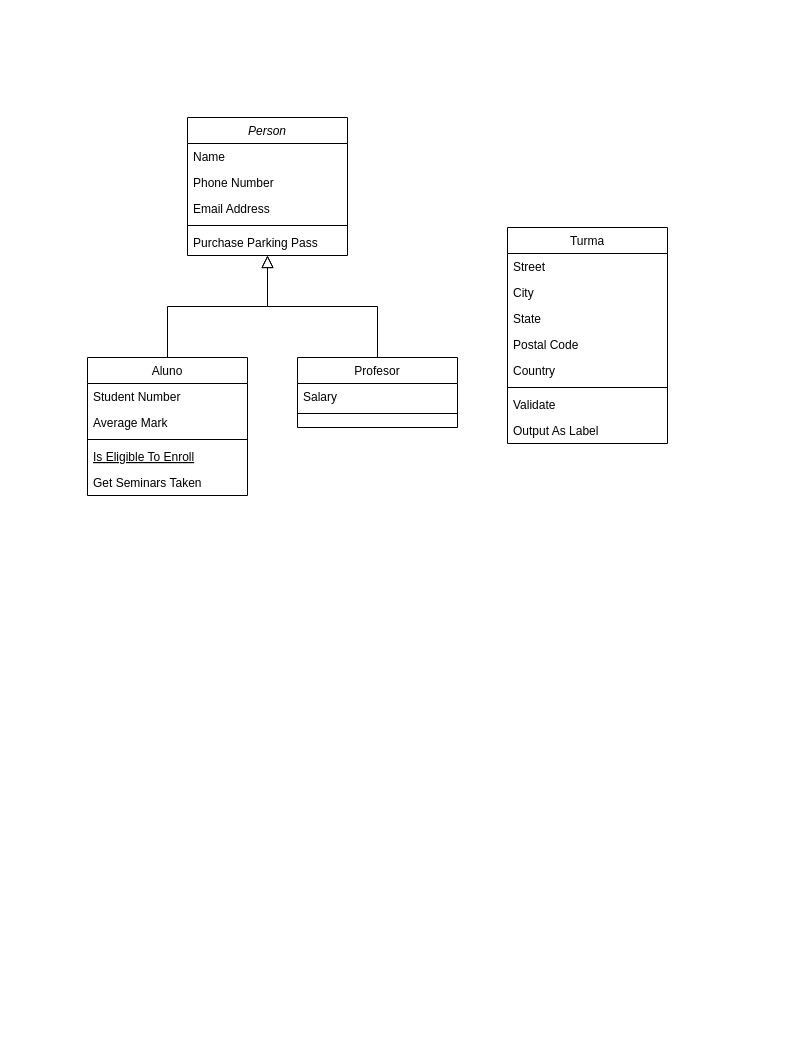
Above: Diagrama-Classes/Escola-Ingles.drawio in Wal221/ProjetoWeb2 (draw.io), before the change. Source tidied: cells renumbered, new cells numbered last; positions are measured from the earlier drawing's top-left corner, leaving out a move shared by most shapes. Both pictures are drawn from the tidied source at 100%, with x=0, y=0 at pixel (87, 117).
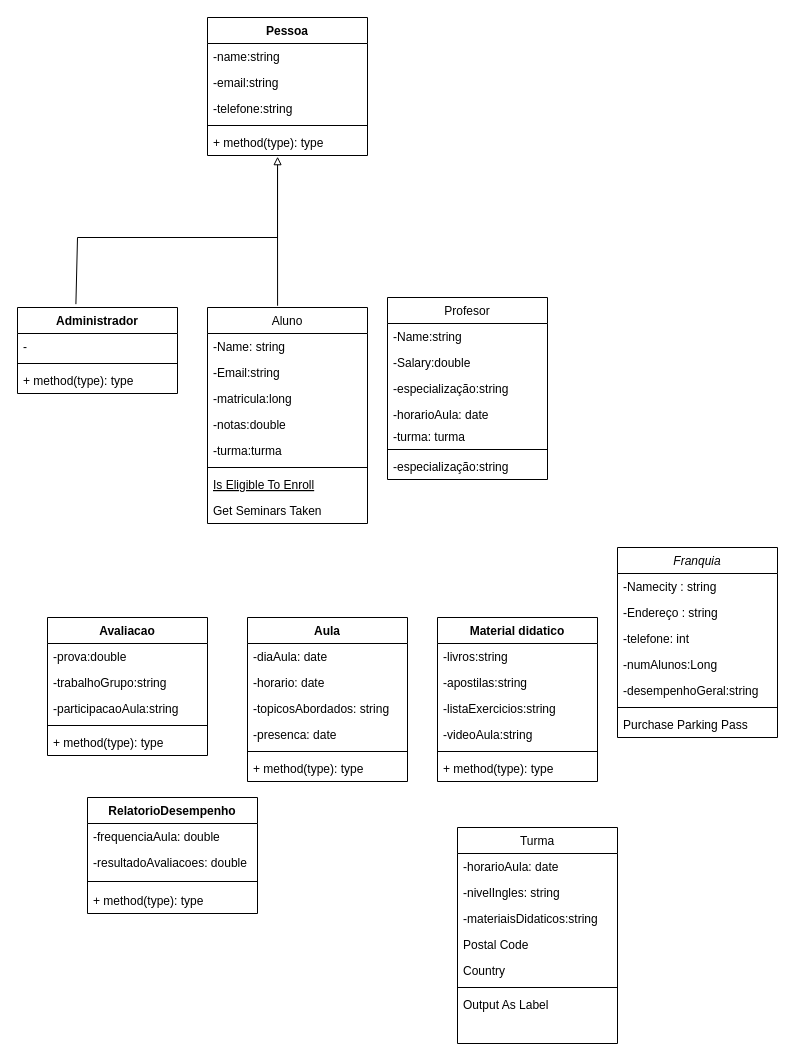
Above is the later version.

What changed in the source:
```diff
@@
-    <mxCell id="2" value="Person" style="swimlane;fontStyle=2;align=center;verticalAlign=top;horizontal=1;startSize=26;rounded=0;shadow=0;strokeWidth=1;" parent="1" vertex="1">
-      <mxGeometry x="100" width="160" height="138" as="geometry" />
+    <mxCell id="2" value="Franquia" style="swimlane;fontStyle=2;align=center;verticalAlign=top;horizontal=1;startSize=26;rounded=0;shadow=0;strokeWidth=1;" parent="1" vertex="1">
+      <mxGeometry x="530" y="430" width="160" height="190" as="geometry" />
     </mxCell>
-    <mxCell id="3" value="Name" style="text;align=left;verticalAlign=top;spacingLeft=4;spacingRight=4;overflow=hidden;" parent="2" vertex="1">
+    <mxCell id="3" value="-Namecity : string" style="text;align=left;verticalAlign=top;spacingLeft=4;spacingRight=4;overflow=hidden;" parent="2" vertex="1">
       <mxGeometry y="26" width="160" height="26" as="geometry" />
     </mxCell>
+    <mxCell id="28" value="-Endereço : string" style="text;align=left;verticalAlign=top;spacingLeft=4;spacingRight=4;overflow=hidden;" parent="2" vertex="1">
+      <mxGeometry y="52" width="160" height="26" as="geometry" />
+    </mxCell>
-    <mxCell id="4" value="Phone Number" style="text;align=left;verticalAlign=top;spacingLeft=4;spacingRight=4;overflow=hidden;rounded=0;shadow=0;html=0;" parent="2" vertex="1">
-      <mxGeometry y="52" width="160" height="26" as="geometry" />
+    <mxCell id="4" value="-telefone: int" style="text;align=left;verticalAlign=top;spacingLeft=4;spacingRight=4;overflow=hidden;rounded=0;shadow=0;html=0;" parent="2" vertex="1">
+      <mxGeometry y="78" width="160" height="26" as="geometry" />
     </mxCell>
-    <mxCell id="5" value="Email Address" style="text;align=left;verticalAlign=top;spacingLeft=4;spacingRight=4;overflow=hidden;rounded=0;shadow=0;html=0;" parent="2" vertex="1">
-      <mxGeometry y="78" width="160" height="26" as="geometry" />
+    <mxCell id="5" value="-numAlunos:Long" style="text;align=left;verticalAlign=top;spacingLeft=4;spacingRight=4;overflow=hidden;rounded=0;shadow=0;html=0;" parent="2" vertex="1">
+      <mxGeometry y="104" width="160" height="26" as="geometry" />
     </mxCell>
+    <mxCell id="29" value="-desempenhoGeral:string" style="text;align=left;verticalAlign=top;spacingLeft=4;spacingRight=4;overflow=hidden;rounded=0;shadow=0;html=0;" parent="2" vertex="1">
+      <mxGeometry y="130" width="160" height="26" as="geometry" />
+    </mxCell>
     <mxCell id="6" style="line;html=1;strokeWidth=1;align=left;verticalAlign=middle;spacingTop=-1;spacingLeft=3;spacingRight=3;labelPosition=right;" parent="2" vertex="1">
-      <mxGeometry y="104" width="160" height="8" as="geometry" />
+      <mxGeometry y="156" width="160" height="8" as="geometry" />
     </mxCell>
     <mxCell id="7" value="Purchase Parking Pass" style="text;align=left;verticalAlign=top;spacingLeft=4;spacingRight=4;overflow=hidden;" parent="2" vertex="1">
-      <mxGeometry y="112" width="160" height="26" as="geometry" />
+      <mxGeometry y="164" width="160" height="26" as="geometry" />
     </mxCell>
     <mxCell id="8" value="Aluno" style="swimlane;fontStyle=0;align=center;verticalAlign=top;horizontal=1;startSize=26;rounded=0;shadow=0;strokeWidth=1;" parent="1" vertex="1">
-      <mxGeometry y="240" width="160" height="138" as="geometry" />
+      <mxGeometry x="120" y="190" width="160" height="216" as="geometry" />
     </mxCell>
-    <mxCell id="9" value="Student Number" style="text;align=left;verticalAlign=top;spacingLeft=4;spacingRight=4;overflow=hidden;" parent="8" vertex="1">
+    <mxCell id="9" value="-Name: string" style="text;align=left;verticalAlign=top;spacingLeft=4;spacingRight=4;overflow=hidden;" parent="8" vertex="1">
       <mxGeometry y="26" width="160" height="26" as="geometry" />
     </mxCell>
-    <mxCell id="10" value="Average Mark" style="text;align=left;verticalAlign=top;spacingLeft=4;spacingRight=4;overflow=hidden;rounded=0;shadow=0;html=0;" parent="8" vertex="1">
+    <mxCell id="10" value="-Email:string" style="text;align=left;verticalAlign=top;spacingLeft=4;spacingRight=4;overflow=hidden;rounded=0;shadow=0;html=0;" parent="8" vertex="1">
       <mxGeometry y="52" width="160" height="26" as="geometry" />
     </mxCell>
+    <mxCell id="30" value="-matricula:long" style="text;align=left;verticalAlign=top;spacingLeft=4;spacingRight=4;overflow=hidden;rounded=0;shadow=0;html=0;" parent="8" vertex="1">
+      <mxGeometry y="78" width="160" height="26" as="geometry" />
+    </mxCell>
+    <mxCell id="31" value="-notas:double" style="text;align=left;verticalAlign=top;spacingLeft=4;spacingRight=4;overflow=hidden;rounded=0;shadow=0;html=0;" parent="8" vertex="1">
+      <mxGeometry y="104" width="160" height="26" as="geometry" />
+    </mxCell>
+    <mxCell id="32" value="-turma:turma" style="text;align=left;verticalAlign=top;spacingLeft=4;spacingRight=4;overflow=hidden;rounded=0;shadow=0;html=0;" parent="8" vertex="1">
+      <mxGeometry y="130" width="160" height="26" as="geometry" />
+    </mxCell>
     <mxCell id="11" style="line;html=1;strokeWidth=1;align=left;verticalAlign=middle;spacingTop=-1;spacingLeft=3;spacingRight=3;labelPosition=right;" parent="8" vertex="1">
-      <mxGeometry y="78" width="160" height="8" as="geometry" />
+      <mxGeometry y="156" width="160" height="8" as="geometry" />
     </mxCell>
     <mxCell id="12" value="Is Eligible To Enroll" style="text;align=left;verticalAlign=top;spacingLeft=4;spacingRight=4;overflow=hidden;fontStyle=4;" parent="8" vertex="1">
-      <mxGeometry y="86" width="160" height="26" as="geometry" />
+      <mxGeometry y="164" width="160" height="26" as="geometry" />
     </mxCell>
     <mxCell id="13" value="Get Seminars Taken" style="text;align=left;verticalAlign=top;spacingLeft=4;spacingRight=4;overflow=hidden;" parent="8" vertex="1">
-      <mxGeometry y="112" width="160" height="26" as="geometry" />
+      <mxGeometry y="190" width="160" height="26" as="geometry" />
     </mxCell>
-    <mxCell id="14" style="endArrow=block;endSize=10;endFill=0;shadow=0;strokeWidth=1;rounded=0;curved=0;edgeStyle=elbowEdgeStyle;elbow=vertical;" parent="1" edge="1" source="8" target="2">
-      <mxGeometry relative="1" as="geometry" />
-    </mxCell>
     <mxCell id="15" value="Profesor" style="swimlane;fontStyle=0;align=center;verticalAlign=top;horizontal=1;startSize=26;rounded=0;shadow=0;strokeWidth=1;" parent="1" vertex="1">
-      <mxGeometry x="210" y="240" width="160" height="70" as="geometry" />
+      <mxGeometry x="300" y="180" width="160" height="182" as="geometry" />
     </mxCell>
-    <mxCell id="16" value="Salary" style="text;align=left;verticalAlign=top;spacingLeft=4;spacingRight=4;overflow=hidden;" parent="15" vertex="1">
+    <mxCell id="16" value="-Name:string&#10;" style="text;align=left;verticalAlign=top;spacingLeft=4;spacingRight=4;overflow=hidden;" parent="15" vertex="1">
       <mxGeometry y="26" width="160" height="26" as="geometry" />
     </mxCell>
+    <mxCell id="33" value="-Salary:double&#10;" style="text;align=left;verticalAlign=top;spacingLeft=4;spacingRight=4;overflow=hidden;" parent="15" vertex="1">
+      <mxGeometry y="52" width="160" height="26" as="geometry" />
+    </mxCell>
+    <mxCell id="34" value="-especialização:string&#10;" style="text;align=left;verticalAlign=top;spacingLeft=4;spacingRight=4;overflow=hidden;" parent="15" vertex="1">
+      <mxGeometry y="78" width="160" height="26" as="geometry" />
+    </mxCell>
+    <mxCell id="35" value="-horarioAula: date&#10;" style="text;align=left;verticalAlign=top;spacingLeft=4;spacingRight=4;overflow=hidden;" parent="15" vertex="1">
+      <mxGeometry y="104" width="160" height="22" as="geometry" />
+    </mxCell>
+    <mxCell id="36" value="-turma: turma&#10;" style="text;align=left;verticalAlign=top;spacingLeft=4;spacingRight=4;overflow=hidden;" parent="15" vertex="1">
+      <mxGeometry y="126" width="160" height="22" as="geometry" />
+    </mxCell>
     <mxCell id="17" style="line;html=1;strokeWidth=1;align=left;verticalAlign=middle;spacingTop=-1;spacingLeft=3;spacingRight=3;labelPosition=right;" parent="15" vertex="1">
-      <mxGeometry y="52" width="160" height="8" as="geometry" />
+      <mxGeometry y="148" width="160" height="8" as="geometry" />
     </mxCell>
-    <mxCell id="18" style="endArrow=block;endSize=10;endFill=0;shadow=0;strokeWidth=1;rounded=0;curved=0;edgeStyle=elbowEdgeStyle;elbow=vertical;" parent="1" edge="1" source="15" target="2">
-      <mxGeometry relative="1" as="geometry" />
-    </mxCell>
+    <mxCell id="37" value="-especialização:string&#10;" style="text;align=left;verticalAlign=top;spacingLeft=4;spacingRight=4;overflow=hidden;" parent="15" vertex="1">
+      <mxGeometry y="156" width="160" height="26" as="geometry" />
+    </mxCell>
     <mxCell id="19" value="Turma" style="swimlane;fontStyle=0;align=center;verticalAlign=top;horizontal=1;startSize=26;rounded=0;shadow=0;strokeWidth=1;" parent="1" vertex="1">
-      <mxGeometry x="420" y="110" width="160" height="216" as="geometry" />
+      <mxGeometry x="370" y="710" width="160" height="216" as="geometry" />
     </mxCell>
-    <mxCell id="20" value="Street" style="text;align=left;verticalAlign=top;spacingLeft=4;spacingRight=4;overflow=hidden;" parent="19" vertex="1">
+    <mxCell id="20" value="-horarioAula: date " style="text;align=left;verticalAlign=top;spacingLeft=4;spacingRight=4;overflow=hidden;" parent="19" vertex="1">
       <mxGeometry y="26" width="160" height="26" as="geometry" />
     </mxCell>
-    <mxCell id="21" value="City" style="text;align=left;verticalAlign=top;spacingLeft=4;spacingRight=4;overflow=hidden;rounded=0;shadow=0;html=0;" parent="19" vertex="1">
+    <mxCell id="21" value="-nivelIngles: string" style="text;align=left;verticalAlign=top;spacingLeft=4;spacingRight=4;overflow=hidden;rounded=0;shadow=0;html=0;" parent="19" vertex="1">
       <mxGeometry y="52" width="160" height="26" as="geometry" />
     </mxCell>
-    <mxCell id="22" value="State" style="text;align=left;verticalAlign=top;spacingLeft=4;spacingRight=4;overflow=hidden;rounded=0;shadow=0;html=0;" parent="19" vertex="1">
+    <mxCell id="22" value="-materiaisDidaticos:string" style="text;align=left;verticalAlign=top;spacingLeft=4;spacingRight=4;overflow=hidden;rounded=0;shadow=0;html=0;" parent="19" vertex="1">
       <mxGeometry y="78" width="160" height="26" as="geometry" />
     </mxCell>
@@
-    <mxCell id="26" value="Validate" style="text;align=left;verticalAlign=top;spacingLeft=4;spacingRight=4;overflow=hidden;" parent="19" vertex="1">
-      <mxGeometry y="164" width="160" height="26" as="geometry" />
-    </mxCell>
     <mxCell id="27" value="Output As Label" style="text;align=left;verticalAlign=top;spacingLeft=4;spacingRight=4;overflow=hidden;" parent="19" vertex="1">
-      <mxGeometry y="190" width="160" height="26" as="geometry" />
+      <mxGeometry y="164" width="160" height="26" as="geometry" />
     </mxCell>
+    <mxCell id="38" value="Aula" style="swimlane;fontStyle=1;align=center;verticalAlign=top;horizontal=1;startSize=26;whiteSpace=wrap;html=1;" parent="1" vertex="1">
+      <mxGeometry x="160" y="500" width="160" height="164" as="geometry" />
+    </mxCell>
+    <mxCell id="39" value="-diaAula: date" style="text;strokeColor=none;fillColor=none;align=left;verticalAlign=top;spacingLeft=4;spacingRight=4;overflow=hidden;whiteSpace=wrap;html=1;" parent="38" vertex="1">
+      <mxGeometry y="26" width="160" height="26" as="geometry" />
+    </mxCell>
+    <mxCell id="40" value="-horario: date" style="text;strokeColor=none;fillColor=none;align=left;verticalAlign=top;spacingLeft=4;spacingRight=4;overflow=hidden;whiteSpace=wrap;html=1;" parent="38" vertex="1">
+      <mxGeometry y="52" width="160" height="26" as="geometry" />
+    </mxCell>
+    <mxCell id="41" value="-topicosAbordados: string" style="text;strokeColor=none;fillColor=none;align=left;verticalAlign=top;spacingLeft=4;spacingRight=4;overflow=hidden;whiteSpace=wrap;html=1;" parent="38" vertex="1">
+      <mxGeometry y="78" width="160" height="26" as="geometry" />
+    </mxCell>
+    <mxCell id="42" value="-presenca: date" style="text;strokeColor=none;fillColor=none;align=left;verticalAlign=top;spacingLeft=4;spacingRight=4;overflow=hidden;whiteSpace=wrap;html=1;" parent="38" vertex="1">
+      <mxGeometry y="104" width="160" height="26" as="geometry" />
+    </mxCell>
+    <mxCell id="43" style="line;strokeWidth=1;fillColor=none;align=left;verticalAlign=middle;spacingTop=-1;spacingLeft=3;spacingRight=3;labelPosition=right;strokeColor=inherit;" parent="38" vertex="1">
+      <mxGeometry y="130" width="160" height="8" as="geometry" />
+    </mxCell>
+    <mxCell id="44" value="+ method(type): type" style="text;strokeColor=none;fillColor=none;align=left;verticalAlign=top;spacingLeft=4;spacingRight=4;overflow=hidden;whiteSpace=wrap;html=1;" parent="38" vertex="1">
+      <mxGeometry y="138" width="160" height="26" as="geometry" />
+    </mxCell>
+    <mxCell id="45" value="Material didatico" style="swimlane;fontStyle=1;align=center;verticalAlign=top;horizontal=1;startSize=26;whiteSpace=wrap;html=1;" parent="1" vertex="1">
+      <mxGeometry x="350" y="500" width="160" height="164" as="geometry" />
+    </mxCell>
+    <mxCell id="46" value="-livros:string&lt;div&gt;&lt;br&gt;&lt;/div&gt;" style="text;strokeColor=none;fillColor=none;align=left;verticalAlign=top;spacingLeft=4;spacingRight=4;overflow=hidden;whiteSpace=wrap;html=1;" parent="45" vertex="1">
+      <mxGeometry y="26" width="160" height="26" as="geometry" />
+    </mxCell>
+    <mxCell id="47" value="-apostilas:string&lt;div&gt;&lt;br&gt;&lt;/div&gt;" style="text;strokeColor=none;fillColor=none;align=left;verticalAlign=top;spacingLeft=4;spacingRight=4;overflow=hidden;whiteSpace=wrap;html=1;" parent="45" vertex="1">
+      <mxGeometry y="52" width="160" height="26" as="geometry" />
+    </mxCell>
+    <mxCell id="48" value="-listaExercicios:string&lt;div&gt;&lt;br&gt;&lt;/div&gt;" style="text;strokeColor=none;fillColor=none;align=left;verticalAlign=top;spacingLeft=4;spacingRight=4;overflow=hidden;whiteSpace=wrap;html=1;" parent="45" vertex="1">
+      <mxGeometry y="78" width="160" height="26" as="geometry" />
+    </mxCell>
+    <mxCell id="49" value="-videoAula:string&lt;div&gt;&lt;br&gt;&lt;/div&gt;" style="text;strokeColor=none;fillColor=none;align=left;verticalAlign=top;spacingLeft=4;spacingRight=4;overflow=hidden;whiteSpace=wrap;html=1;" parent="45" vertex="1">
+      <mxGeometry y="104" width="160" height="26" as="geometry" />
+    </mxCell>
+    <mxCell id="50" style="line;strokeWidth=1;fillColor=none;align=left;verticalAlign=middle;spacingTop=-1;spacingLeft=3;spacingRight=3;labelPosition=right;strokeColor=inherit;" parent="45" vertex="1">
+      <mxGeometry y="130" width="160" height="8" as="geometry" />
+    </mxCell>
+    <mxCell id="51" value="+ method(type): type" style="text;strokeColor=none;fillColor=none;align=left;verticalAlign=top;spacingLeft=4;spacingRight=4;overflow=hidden;whiteSpace=wrap;html=1;" parent="45" vertex="1">
+      <mxGeometry y="138" width="160" height="26" as="geometry" />
+    </mxCell>
+    <mxCell id="52" value="Avaliacao" style="swimlane;fontStyle=1;align=center;verticalAlign=top;horizontal=1;startSize=26;whiteSpace=wrap;html=1;" parent="1" vertex="1">
+      <mxGeometry x="-40" y="500" width="160" height="138" as="geometry" />
+    </mxCell>
+    <mxCell id="53" value="-prova:double" style="text;strokeColor=none;fillColor=none;align=left;verticalAlign=top;spacingLeft=4;spacingRight=4;overflow=hidden;whiteSpace=wrap;html=1;" parent="52" vertex="1">
+      <mxGeometry y="26" width="160" height="26" as="geometry" />
+    </mxCell>
+    <mxCell id="54" value="-trabalhoGrupo:string" style="text;strokeColor=none;fillColor=none;align=left;verticalAlign=top;spacingLeft=4;spacingRight=4;overflow=hidden;whiteSpace=wrap;html=1;" parent="52" vertex="1">
+      <mxGeometry y="52" width="160" height="26" as="geometry" />
+    </mxCell>
+    <mxCell id="55" value="-participacaoAula:string" style="text;strokeColor=none;fillColor=none;align=left;verticalAlign=top;spacingLeft=4;spacingRight=4;overflow=hidden;whiteSpace=wrap;html=1;" parent="52" vertex="1">
+      <mxGeometry y="78" width="160" height="26" as="geometry" />
+    </mxCell>
+    <mxCell id="56" style="line;strokeWidth=1;fillColor=none;align=left;verticalAlign=middle;spacingTop=-1;spacingLeft=3;spacingRight=3;labelPosition=right;strokeColor=inherit;" parent="52" vertex="1">
+      <mxGeometry y="104" width="160" height="8" as="geometry" />
+    </mxCell>
+    <mxCell id="57" value="+ method(type): type" style="text;strokeColor=none;fillColor=none;align=left;verticalAlign=top;spacingLeft=4;spacingRight=4;overflow=hidden;whiteSpace=wrap;html=1;" parent="52" vertex="1">
+      <mxGeometry y="112" width="160" height="26" as="geometry" />
+    </mxCell>
+    <mxCell id="58" value="RelatorioDesempenho" style="swimlane;fontStyle=1;align=center;verticalAlign=top;horizontal=1;startSize=26;whiteSpace=wrap;html=1;" parent="1" vertex="1">
+      <mxGeometry y="680" width="170" height="116" as="geometry" />
+    </mxCell>
+    <mxCell id="59" value="-frequenciaAula: double" style="text;strokeColor=none;fillColor=none;align=left;verticalAlign=top;spacingLeft=4;spacingRight=4;overflow=hidden;whiteSpace=wrap;html=1;" parent="58" vertex="1">
+      <mxGeometry y="26" width="170" height="26" as="geometry" />
+    </mxCell>
+    <mxCell id="60" value="-resultadoAvaliacoes&lt;span style=&quot;background-color: initial;&quot;&gt;: double&lt;/span&gt;" style="text;strokeColor=none;fillColor=none;align=left;verticalAlign=top;spacingLeft=4;spacingRight=4;overflow=hidden;whiteSpace=wrap;html=1;" parent="58" vertex="1">
+      <mxGeometry y="52" width="170" height="26" as="geometry" />
+    </mxCell>
+    <mxCell id="61" style="line;strokeWidth=1;fillColor=none;align=left;verticalAlign=middle;spacingTop=-1;spacingLeft=3;spacingRight=3;labelPosition=right;strokeColor=inherit;" parent="58" vertex="1">
+      <mxGeometry y="78" width="170" height="12" as="geometry" />
+    </mxCell>
+    <mxCell id="62" value="+ method(type): type" style="text;strokeColor=none;fillColor=none;align=left;verticalAlign=top;spacingLeft=4;spacingRight=4;overflow=hidden;whiteSpace=wrap;html=1;" parent="58" vertex="1">
+      <mxGeometry y="90" width="170" height="26" as="geometry" />
+    </mxCell>
+    <mxCell id="63" value="Administrador" style="swimlane;fontStyle=1;align=center;verticalAlign=top;horizontal=1;startSize=26;whiteSpace=wrap;html=1;" parent="1" vertex="1">
+      <mxGeometry x="-70" y="190" width="160" height="86" as="geometry" />
+    </mxCell>
+    <mxCell id="64" value="-" style="text;strokeColor=none;fillColor=none;align=left;verticalAlign=top;spacingLeft=4;spacingRight=4;overflow=hidden;whiteSpace=wrap;html=1;" parent="63" vertex="1">
+      <mxGeometry y="26" width="160" height="26" as="geometry" />
+    </mxCell>
+    <mxCell id="65" style="line;strokeWidth=1;fillColor=none;align=left;verticalAlign=middle;spacingTop=-1;spacingLeft=3;spacingRight=3;labelPosition=right;strokeColor=inherit;" parent="63" vertex="1">
+      <mxGeometry y="52" width="160" height="8" as="geometry" />
+    </mxCell>
+    <mxCell id="66" value="+ method(type): type" style="text;strokeColor=none;fillColor=none;align=left;verticalAlign=top;spacingLeft=4;spacingRight=4;overflow=hidden;whiteSpace=wrap;html=1;" parent="63" vertex="1">
+      <mxGeometry y="60" width="160" height="26" as="geometry" />
+    </mxCell>
+    <mxCell id="67" value="Pessoa" style="swimlane;fontStyle=1;align=center;verticalAlign=top;horizontal=1;startSize=26;whiteSpace=wrap;html=1;" parent="1" vertex="1">
+      <mxGeometry x="120" y="-100" width="160" height="138" as="geometry" />
+    </mxCell>
+    <mxCell id="68" value="-name:string" style="text;strokeColor=none;fillColor=none;align=left;verticalAlign=top;spacingLeft=4;spacingRight=4;overflow=hidden;whiteSpace=wrap;html=1;" parent="67" vertex="1">
+      <mxGeometry y="26" width="160" height="26" as="geometry" />
+    </mxCell>
+    <mxCell id="69" value="-email:string" style="text;strokeColor=none;fillColor=none;align=left;verticalAlign=top;spacingLeft=4;spacingRight=4;overflow=hidden;whiteSpace=wrap;html=1;" parent="67" vertex="1">
+      <mxGeometry y="52" width="160" height="26" as="geometry" />
+    </mxCell>
+    <mxCell id="70" value="-telefone:string" style="text;strokeColor=none;fillColor=none;align=left;verticalAlign=top;spacingLeft=4;spacingRight=4;overflow=hidden;whiteSpace=wrap;html=1;" parent="67" vertex="1">
+      <mxGeometry y="78" width="160" height="26" as="geometry" />
+    </mxCell>
+    <mxCell id="71" style="line;strokeWidth=1;fillColor=none;align=left;verticalAlign=middle;spacingTop=-1;spacingLeft=3;spacingRight=3;labelPosition=right;strokeColor=inherit;" parent="67" vertex="1">
+      <mxGeometry y="104" width="160" height="8" as="geometry" />
+    </mxCell>
+    <mxCell id="72" value="+ method(type): type" style="text;strokeColor=none;fillColor=none;align=left;verticalAlign=top;spacingLeft=4;spacingRight=4;overflow=hidden;points=[[0,0.5],[1,0.5]];portConstraint=eastwest;whiteSpace=wrap;html=1;" parent="67" vertex="1">
+      <mxGeometry y="112" width="160" height="26" as="geometry" />
+    </mxCell>
+    <mxCell id="73" style="endArrow=block;html=1;rounded=0;entryX=0.438;entryY=1.045;entryDx=0;entryDy=0;entryPerimeter=0;endFill=0;exitX=0.365;exitY=-0.039;exitDx=0;exitDy=0;exitPerimeter=0;" parent="1" edge="1" source="63" target="72">
+      <mxGeometry relative="1" as="geometry">
+        <Array as="points">
+          <mxPoint x="-10" y="120" />
+          <mxPoint x="190" y="120" />
+        </Array>
+      </mxGeometry>
+    </mxCell>
+    <mxCell id="74" style="endArrow=none;html=1;rounded=0;exitX=0.438;exitY=-0.008;exitDx=0;exitDy=0;exitPerimeter=0;" parent="1" edge="1" source="8">
+      <mxGeometry relative="1" as="geometry">
+        <mxPoint x="190" y="50" as="targetPoint" />
+      </mxGeometry>
+    </mxCell>
```
